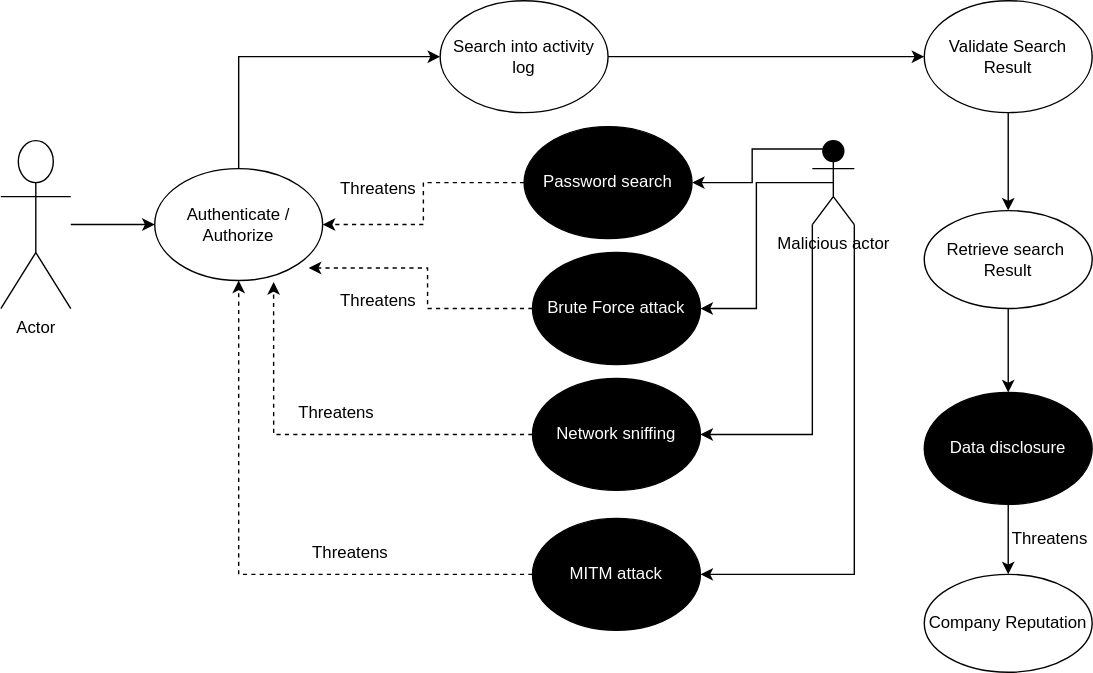
Above: images/use_case_7_remedy.drawio.svg in bartelsjoshuac/SAPG (draw.io), before the change. Source tidied: cells renumbered, new cells last; positions are measured from the earlier drawing's top-left corner, leaving out a move shared by most shapes. Its diagram source:
```xml
<mxGraphModel background="#FFFFFF">
  <root>
    <mxCell id="0" />
    <mxCell id="1" parent="0" />
    <mxCell id="2" style="edgeStyle=orthogonalEdgeStyle;rounded=0;jettySize=auto;html=1;entryX=0;entryY=0.5;entryDx=0;entryDy=0;" parent="1" edge="1" source="3" target="5">
      <mxGeometry relative="1" as="geometry" />
    </mxCell>
    <mxCell id="3" value="Actor" style="shape=umlActor;verticalLabelPosition=bottom;verticalAlign=top;html=1;outlineConnect=0;" parent="1" vertex="1">
      <mxGeometry y="100" width="50" height="120" as="geometry" />
    </mxCell>
    <mxCell id="4" style="edgeStyle=orthogonalEdgeStyle;rounded=0;jettySize=auto;html=1;exitX=0.5;exitY=0;exitDx=0;exitDy=0;entryX=0;entryY=0.5;entryDx=0;entryDy=0;" parent="1" edge="1" source="5" target="7">
      <mxGeometry relative="1" as="geometry" />
    </mxCell>
    <mxCell id="5" value="Authenticate /&lt;br&gt;Authorize" style="ellipse;whiteSpace=wrap;html=1;" parent="1" vertex="1">
      <mxGeometry x="110" y="120" width="120" height="80" as="geometry" />
    </mxCell>
    <mxCell id="6" style="edgeStyle=orthogonalEdgeStyle;rounded=0;jettySize=auto;html=1;exitX=1;exitY=0.5;exitDx=0;exitDy=0;entryX=0;entryY=0.5;entryDx=0;entryDy=0;" parent="1" edge="1" source="7" target="9">
      <mxGeometry relative="1" as="geometry" />
    </mxCell>
    <mxCell id="7" value="Search into activity log" style="ellipse;whiteSpace=wrap;html=1;" parent="1" vertex="1">
      <mxGeometry x="314" width="120" height="80" as="geometry" />
    </mxCell>
    <mxCell id="8" style="edgeStyle=orthogonalEdgeStyle;rounded=0;jettySize=auto;html=1;exitX=0.5;exitY=1;exitDx=0;exitDy=0;entryX=0.5;entryY=0;entryDx=0;entryDy=0;" parent="1" edge="1" source="9" target="11">
      <mxGeometry relative="1" as="geometry" />
    </mxCell>
    <mxCell id="9" value="Validate Search&lt;br&gt;Result" style="ellipse;whiteSpace=wrap;html=1;" parent="1" vertex="1">
      <mxGeometry x="660" width="120" height="80" as="geometry" />
    </mxCell>
    <mxCell id="10" style="edgeStyle=orthogonalEdgeStyle;rounded=0;jettySize=auto;html=1;entryX=0.5;entryY=0;entryDx=0;entryDy=0;" parent="1" edge="1" source="11" target="19">
      <mxGeometry relative="1" as="geometry" />
    </mxCell>
    <mxCell id="11" value="Retrieve search&amp;nbsp;&lt;br&gt;Result" style="ellipse;whiteSpace=wrap;html=1;" parent="1" vertex="1">
      <mxGeometry x="660" y="150" width="120" height="70" as="geometry" />
    </mxCell>
    <mxCell id="12" style="edgeStyle=orthogonalEdgeStyle;rounded=0;jettySize=auto;html=1;dashed=1;" parent="1" edge="1" source="13" target="5">
      <mxGeometry relative="1" as="geometry" />
    </mxCell>
    <mxCell id="13" value="&lt;span style=&quot;background-color: rgb(0, 0, 0);&quot;&gt;&lt;font color=&quot;#ffffff&quot;&gt;Password search&lt;/font&gt;&lt;/span&gt;" style="ellipse;whiteSpace=wrap;html=1;fillColor=#000000;" parent="1" vertex="1">
      <mxGeometry x="374" y="90" width="120" height="80" as="geometry" />
    </mxCell>
    <mxCell id="14" value="&lt;span style=&quot;background-color: rgb(0, 0, 0);&quot;&gt;&lt;font color=&quot;#ffffff&quot;&gt;Brute Force attack&lt;/font&gt;&lt;/span&gt;" style="ellipse;whiteSpace=wrap;html=1;fillColor=#000000;" parent="1" vertex="1">
      <mxGeometry x="380" y="180" width="120" height="80" as="geometry" />
    </mxCell>
    <mxCell id="15" value="&lt;span style=&quot;background-color: rgb(0, 0, 0);&quot;&gt;&lt;font color=&quot;#ffffff&quot;&gt;Network sniffing&lt;/font&gt;&lt;/span&gt;" style="ellipse;whiteSpace=wrap;html=1;fillColor=#000000;" parent="1" vertex="1">
      <mxGeometry x="380" y="270" width="120" height="80" as="geometry" />
    </mxCell>
    <mxCell id="16" style="edgeStyle=orthogonalEdgeStyle;rounded=0;jettySize=auto;html=1;exitX=0;exitY=0.5;exitDx=0;exitDy=0;dashed=1;" parent="1" edge="1" source="17" target="5">
      <mxGeometry relative="1" as="geometry" />
    </mxCell>
    <mxCell id="17" value="&lt;span style=&quot;background-color: rgb(0, 0, 0);&quot;&gt;&lt;font color=&quot;#ffffff&quot;&gt;MITM attack&lt;/font&gt;&lt;/span&gt;" style="ellipse;whiteSpace=wrap;html=1;fillColor=#000000;" parent="1" vertex="1">
      <mxGeometry x="380" y="370" width="120" height="80" as="geometry" />
    </mxCell>
    <mxCell id="18" style="edgeStyle=orthogonalEdgeStyle;rounded=0;jettySize=auto;html=1;exitX=0.5;exitY=1;exitDx=0;exitDy=0;entryX=0.5;entryY=0;entryDx=0;entryDy=0;" parent="1" edge="1" source="19" target="26">
      <mxGeometry relative="1" as="geometry" />
    </mxCell>
    <mxCell id="19" value="&lt;span style=&quot;background-color: rgb(0, 0, 0);&quot;&gt;&lt;font color=&quot;#ffffff&quot;&gt;Data disclosure&lt;/font&gt;&lt;/span&gt;" style="ellipse;whiteSpace=wrap;html=1;fillColor=#000000;" parent="1" vertex="1">
      <mxGeometry x="660" y="280" width="120" height="80" as="geometry" />
    </mxCell>
    <mxCell id="20" style="edgeStyle=orthogonalEdgeStyle;rounded=0;jettySize=auto;html=1;exitX=0;exitY=0.5;exitDx=0;exitDy=0;entryX=0.708;entryY=1.013;entryDx=0;entryDy=0;entryPerimeter=0;dashed=1;" parent="1" edge="1" source="15" target="5">
      <mxGeometry relative="1" as="geometry" />
    </mxCell>
    <mxCell id="21" style="edgeStyle=orthogonalEdgeStyle;rounded=0;jettySize=auto;html=1;exitX=0;exitY=0.5;exitDx=0;exitDy=0;entryX=0.917;entryY=0.888;entryDx=0;entryDy=0;entryPerimeter=0;dashed=1;" parent="1" edge="1" source="14" target="5">
      <mxGeometry relative="1" as="geometry" />
    </mxCell>
    <mxCell id="22" value="Threatens" style="text;html=1;strokeColor=none;fillColor=none;align=center;verticalAlign=middle;whiteSpace=wrap;rounded=0;" parent="1" vertex="1">
      <mxGeometry x="220" y="380" width="60" height="30" as="geometry" />
    </mxCell>
    <mxCell id="23" value="Threatens" style="text;html=1;strokeColor=none;fillColor=none;align=center;verticalAlign=middle;whiteSpace=wrap;rounded=0;" parent="1" vertex="1">
      <mxGeometry x="210" y="280" width="60" height="30" as="geometry" />
    </mxCell>
    <mxCell id="24" value="Threatens" style="text;html=1;strokeColor=none;fillColor=none;align=center;verticalAlign=middle;whiteSpace=wrap;rounded=0;" parent="1" vertex="1">
      <mxGeometry x="240" y="200" width="60" height="30" as="geometry" />
    </mxCell>
    <mxCell id="25" value="Threatens" style="text;html=1;strokeColor=none;fillColor=none;align=center;verticalAlign=middle;whiteSpace=wrap;rounded=0;" parent="1" vertex="1">
      <mxGeometry x="240" y="120" width="60" height="30" as="geometry" />
    </mxCell>
    <mxCell id="26" value="Company Reputation" style="ellipse;whiteSpace=wrap;html=1;" parent="1" vertex="1">
      <mxGeometry x="660" y="410" width="120" height="70" as="geometry" />
    </mxCell>
    <mxCell id="27" value="Threatens" style="text;html=1;strokeColor=none;fillColor=none;align=center;verticalAlign=middle;whiteSpace=wrap;rounded=0;" parent="1" vertex="1">
      <mxGeometry x="720" y="370" width="60" height="30" as="geometry" />
    </mxCell>
    <mxCell id="28" style="edgeStyle=orthogonalEdgeStyle;rounded=0;jettySize=auto;html=1;exitX=0.25;exitY=0.1;exitDx=0;exitDy=0;exitPerimeter=0;entryX=1;entryY=0.5;entryDx=0;entryDy=0;" parent="1" edge="1" source="32" target="13">
      <mxGeometry relative="1" as="geometry" />
    </mxCell>
    <mxCell id="29" style="edgeStyle=orthogonalEdgeStyle;rounded=0;jettySize=auto;html=1;exitX=0;exitY=1;exitDx=0;exitDy=0;exitPerimeter=0;entryX=1;entryY=0.5;entryDx=0;entryDy=0;" parent="1" edge="1" source="32" target="15">
      <mxGeometry relative="1" as="geometry" />
    </mxCell>
    <mxCell id="30" style="edgeStyle=orthogonalEdgeStyle;rounded=0;jettySize=auto;html=1;exitX=1;exitY=1;exitDx=0;exitDy=0;exitPerimeter=0;entryX=1;entryY=0.5;entryDx=0;entryDy=0;" parent="1" edge="1" source="32" target="17">
      <mxGeometry relative="1" as="geometry" />
    </mxCell>
    <mxCell id="31" style="edgeStyle=orthogonalEdgeStyle;rounded=0;jettySize=auto;html=1;exitX=0.5;exitY=0.5;exitDx=0;exitDy=0;exitPerimeter=0;entryX=1;entryY=0.5;entryDx=0;entryDy=0;" parent="1" edge="1" source="32" target="14">
      <mxGeometry relative="1" as="geometry" />
    </mxCell>
    <mxCell id="32" value="Malicious actor" style="shape=umlActor;html=1;verticalLabelPosition=bottom;verticalAlign=top;align=center;fillColor=#000000;" parent="1" vertex="1">
      <mxGeometry x="580" y="100" width="30" height="60" as="geometry" />
    </mxCell>
  </root>
</mxGraphModel>
```
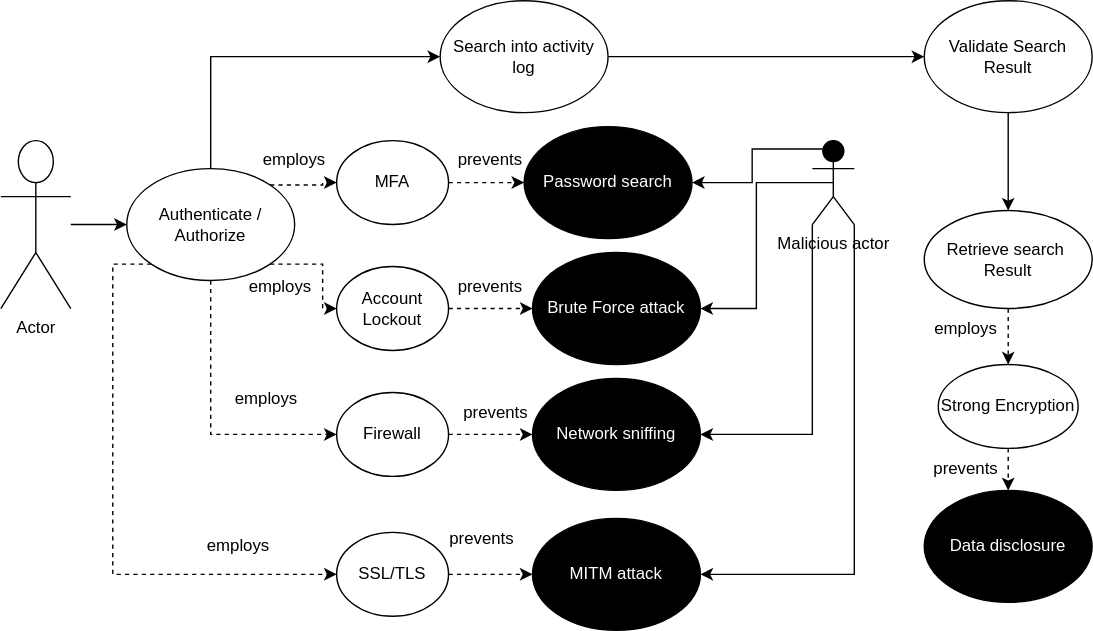
The same file after the commit.

What changed in the source:
```diff
@@ -11,8 +11,25 @@
     <mxCell id="4" style="edgeStyle=orthogonalEdgeStyle;rounded=0;jettySize=auto;html=1;exitX=0.5;exitY=0;exitDx=0;exitDy=0;entryX=0;entryY=0.5;entryDx=0;entryDy=0;" parent="1" edge="1" source="5" target="7">
       <mxGeometry relative="1" as="geometry" />
     </mxCell>
+    <mxCell id="33" style="edgeStyle=orthogonalEdgeStyle;rounded=0;jettySize=auto;html=1;exitX=1;exitY=0;exitDx=0;exitDy=0;entryX=0;entryY=0.5;entryDx=0;entryDy=0;dashed=1;" parent="1" edge="1" source="5" target="39">
+      <mxGeometry relative="1" as="geometry" />
+    </mxCell>
+    <mxCell id="34" style="edgeStyle=orthogonalEdgeStyle;rounded=0;jettySize=auto;html=1;exitX=1;exitY=1;exitDx=0;exitDy=0;entryX=0;entryY=0.5;entryDx=0;entryDy=0;dashed=1;" parent="1" edge="1" source="5" target="41">
+      <mxGeometry relative="1" as="geometry" />
+    </mxCell>
+    <mxCell id="35" style="edgeStyle=orthogonalEdgeStyle;rounded=0;jettySize=auto;html=1;exitX=0.5;exitY=1;exitDx=0;exitDy=0;entryX=0;entryY=0.5;entryDx=0;entryDy=0;dashed=1;" parent="1" edge="1" source="5" target="43">
+      <mxGeometry relative="1" as="geometry" />
+    </mxCell>
+    <mxCell id="36" style="edgeStyle=orthogonalEdgeStyle;rounded=0;jettySize=auto;html=1;exitX=0;exitY=1;exitDx=0;exitDy=0;entryX=0;entryY=0.5;entryDx=0;entryDy=0;dashed=1;" parent="1" edge="1" source="5" target="45">
+      <mxGeometry relative="1" as="geometry">
+        <Array as="points">
+          <mxPoint x="80" y="188" />
+          <mxPoint x="80" y="410" />
+        </Array>
+      </mxGeometry>
+    </mxCell>
     <mxCell id="5" value="Authenticate /&lt;br&gt;Authorize" style="ellipse;whiteSpace=wrap;html=1;" parent="1" vertex="1">
-      <mxGeometry x="110" y="120" width="120" height="80" as="geometry" />
+      <mxGeometry x="90" y="120" width="120" height="80" as="geometry" />
     </mxCell>
     <mxCell id="6" style="edgeStyle=orthogonalEdgeStyle;rounded=0;jettySize=auto;html=1;exitX=1;exitY=0.5;exitDx=0;exitDy=0;entryX=0;entryY=0.5;entryDx=0;entryDy=0;" parent="1" edge="1" source="7" target="9">
       <mxGeometry relative="1" as="geometry" />
@@ -26,15 +43,12 @@
     <mxCell id="9" value="Validate Search&lt;br&gt;Result" style="ellipse;whiteSpace=wrap;html=1;" parent="1" vertex="1">
       <mxGeometry x="660" width="120" height="80" as="geometry" />
     </mxCell>
-    <mxCell id="10" style="edgeStyle=orthogonalEdgeStyle;rounded=0;jettySize=auto;html=1;entryX=0.5;entryY=0;entryDx=0;entryDy=0;" parent="1" edge="1" source="11" target="19">
-      <mxGeometry relative="1" as="geometry" />
-    </mxCell>
+    <mxCell id="37" style="edgeStyle=orthogonalEdgeStyle;rounded=0;jettySize=auto;html=1;exitX=0.5;exitY=1;exitDx=0;exitDy=0;entryX=0.5;entryY=0;entryDx=0;entryDy=0;dashed=1;" parent="1" edge="1" source="11" target="47">
+      <mxGeometry relative="1" as="geometry" />
+    </mxCell>
     <mxCell id="11" value="Retrieve search&amp;nbsp;&lt;br&gt;Result" style="ellipse;whiteSpace=wrap;html=1;" parent="1" vertex="1">
       <mxGeometry x="660" y="150" width="120" height="70" as="geometry" />
     </mxCell>
-    <mxCell id="12" style="edgeStyle=orthogonalEdgeStyle;rounded=0;jettySize=auto;html=1;dashed=1;" parent="1" edge="1" source="13" target="5">
-      <mxGeometry relative="1" as="geometry" />
-    </mxCell>
     <mxCell id="13" value="&lt;span style=&quot;background-color: rgb(0, 0, 0);&quot;&gt;&lt;font color=&quot;#ffffff&quot;&gt;Password search&lt;/font&gt;&lt;/span&gt;" style="ellipse;whiteSpace=wrap;html=1;fillColor=#000000;" parent="1" vertex="1">
       <mxGeometry x="374" y="90" width="120" height="80" as="geometry" />
     </mxCell>
@@ -44,42 +58,12 @@
     <mxCell id="15" value="&lt;span style=&quot;background-color: rgb(0, 0, 0);&quot;&gt;&lt;font color=&quot;#ffffff&quot;&gt;Network sniffing&lt;/font&gt;&lt;/span&gt;" style="ellipse;whiteSpace=wrap;html=1;fillColor=#000000;" parent="1" vertex="1">
       <mxGeometry x="380" y="270" width="120" height="80" as="geometry" />
     </mxCell>
-    <mxCell id="16" style="edgeStyle=orthogonalEdgeStyle;rounded=0;jettySize=auto;html=1;exitX=0;exitY=0.5;exitDx=0;exitDy=0;dashed=1;" parent="1" edge="1" source="17" target="5">
-      <mxGeometry relative="1" as="geometry" />
-    </mxCell>
     <mxCell id="17" value="&lt;span style=&quot;background-color: rgb(0, 0, 0);&quot;&gt;&lt;font color=&quot;#ffffff&quot;&gt;MITM attack&lt;/font&gt;&lt;/span&gt;" style="ellipse;whiteSpace=wrap;html=1;fillColor=#000000;" parent="1" vertex="1">
       <mxGeometry x="380" y="370" width="120" height="80" as="geometry" />
     </mxCell>
-    <mxCell id="18" style="edgeStyle=orthogonalEdgeStyle;rounded=0;jettySize=auto;html=1;exitX=0.5;exitY=1;exitDx=0;exitDy=0;entryX=0.5;entryY=0;entryDx=0;entryDy=0;" parent="1" edge="1" source="19" target="26">
-      <mxGeometry relative="1" as="geometry" />
-    </mxCell>
     <mxCell id="19" value="&lt;span style=&quot;background-color: rgb(0, 0, 0);&quot;&gt;&lt;font color=&quot;#ffffff&quot;&gt;Data disclosure&lt;/font&gt;&lt;/span&gt;" style="ellipse;whiteSpace=wrap;html=1;fillColor=#000000;" parent="1" vertex="1">
-      <mxGeometry x="660" y="280" width="120" height="80" as="geometry" />
+      <mxGeometry x="660" y="350" width="120" height="80" as="geometry" />
     </mxCell>
-    <mxCell id="20" style="edgeStyle=orthogonalEdgeStyle;rounded=0;jettySize=auto;html=1;exitX=0;exitY=0.5;exitDx=0;exitDy=0;entryX=0.708;entryY=1.013;entryDx=0;entryDy=0;entryPerimeter=0;dashed=1;" parent="1" edge="1" source="15" target="5">
-      <mxGeometry relative="1" as="geometry" />
-    </mxCell>
-    <mxCell id="21" style="edgeStyle=orthogonalEdgeStyle;rounded=0;jettySize=auto;html=1;exitX=0;exitY=0.5;exitDx=0;exitDy=0;entryX=0.917;entryY=0.888;entryDx=0;entryDy=0;entryPerimeter=0;dashed=1;" parent="1" edge="1" source="14" target="5">
-      <mxGeometry relative="1" as="geometry" />
-    </mxCell>
-    <mxCell id="22" value="Threatens" style="text;html=1;strokeColor=none;fillColor=none;align=center;verticalAlign=middle;whiteSpace=wrap;rounded=0;" parent="1" vertex="1">
-      <mxGeometry x="220" y="380" width="60" height="30" as="geometry" />
-    </mxCell>
-    <mxCell id="23" value="Threatens" style="text;html=1;strokeColor=none;fillColor=none;align=center;verticalAlign=middle;whiteSpace=wrap;rounded=0;" parent="1" vertex="1">
-      <mxGeometry x="210" y="280" width="60" height="30" as="geometry" />
-    </mxCell>
-    <mxCell id="24" value="Threatens" style="text;html=1;strokeColor=none;fillColor=none;align=center;verticalAlign=middle;whiteSpace=wrap;rounded=0;" parent="1" vertex="1">
-      <mxGeometry x="240" y="200" width="60" height="30" as="geometry" />
-    </mxCell>
-    <mxCell id="25" value="Threatens" style="text;html=1;strokeColor=none;fillColor=none;align=center;verticalAlign=middle;whiteSpace=wrap;rounded=0;" parent="1" vertex="1">
-      <mxGeometry x="240" y="120" width="60" height="30" as="geometry" />
-    </mxCell>
-    <mxCell id="26" value="Company Reputation" style="ellipse;whiteSpace=wrap;html=1;" parent="1" vertex="1">
-      <mxGeometry x="660" y="410" width="120" height="70" as="geometry" />
-    </mxCell>
-    <mxCell id="27" value="Threatens" style="text;html=1;strokeColor=none;fillColor=none;align=center;verticalAlign=middle;whiteSpace=wrap;rounded=0;" parent="1" vertex="1">
-      <mxGeometry x="720" y="370" width="60" height="30" as="geometry" />
-    </mxCell>
     <mxCell id="28" style="edgeStyle=orthogonalEdgeStyle;rounded=0;jettySize=auto;html=1;exitX=0.25;exitY=0.1;exitDx=0;exitDy=0;exitPerimeter=0;entryX=1;entryY=0.5;entryDx=0;entryDy=0;" parent="1" edge="1" source="32" target="13">
       <mxGeometry relative="1" as="geometry" />
     </mxCell>
@@ -95,5 +79,65 @@
     <mxCell id="32" value="Malicious actor" style="shape=umlActor;html=1;verticalLabelPosition=bottom;verticalAlign=top;align=center;fillColor=#000000;" parent="1" vertex="1">
       <mxGeometry x="580" y="100" width="30" height="60" as="geometry" />
     </mxCell>
+    <mxCell id="38" style="edgeStyle=orthogonalEdgeStyle;rounded=0;jettySize=auto;html=1;exitX=1;exitY=0.5;exitDx=0;exitDy=0;entryX=0;entryY=0.5;entryDx=0;entryDy=0;dashed=1;" parent="1" edge="1" source="39" target="13">
+      <mxGeometry relative="1" as="geometry" />
+    </mxCell>
+    <mxCell id="39" value="MFA" style="ellipse;whiteSpace=wrap;html=1;" parent="1" vertex="1">
+      <mxGeometry x="240" y="100" width="80" height="60" as="geometry" />
+    </mxCell>
+    <mxCell id="40" style="edgeStyle=orthogonalEdgeStyle;rounded=0;jettySize=auto;html=1;exitX=1;exitY=0.5;exitDx=0;exitDy=0;entryX=0;entryY=0.5;entryDx=0;entryDy=0;dashed=1;" parent="1" edge="1" source="41" target="14">
+      <mxGeometry relative="1" as="geometry" />
+    </mxCell>
+    <mxCell id="41" value="Account&lt;br&gt;Lockout" style="ellipse;whiteSpace=wrap;html=1;" parent="1" vertex="1">
+      <mxGeometry x="240" y="190" width="80" height="60" as="geometry" />
+    </mxCell>
+    <mxCell id="42" style="edgeStyle=orthogonalEdgeStyle;rounded=0;jettySize=auto;html=1;exitX=1;exitY=0.5;exitDx=0;exitDy=0;entryX=0;entryY=0.5;entryDx=0;entryDy=0;dashed=1;" parent="1" edge="1" source="43" target="15">
+      <mxGeometry relative="1" as="geometry" />
+    </mxCell>
+    <mxCell id="43" value="Firewall" style="ellipse;whiteSpace=wrap;html=1;" parent="1" vertex="1">
+      <mxGeometry x="240" y="280" width="80" height="60" as="geometry" />
+    </mxCell>
+    <mxCell id="44" style="edgeStyle=orthogonalEdgeStyle;rounded=0;jettySize=auto;html=1;exitX=1;exitY=0.5;exitDx=0;exitDy=0;entryX=0;entryY=0.5;entryDx=0;entryDy=0;dashed=1;" parent="1" edge="1" source="45" target="17">
+      <mxGeometry relative="1" as="geometry" />
+    </mxCell>
+    <mxCell id="45" value="SSL/TLS" style="ellipse;whiteSpace=wrap;html=1;" parent="1" vertex="1">
+      <mxGeometry x="240" y="380" width="80" height="60" as="geometry" />
+    </mxCell>
+    <mxCell id="46" style="edgeStyle=orthogonalEdgeStyle;rounded=0;jettySize=auto;html=1;exitX=0.5;exitY=1;exitDx=0;exitDy=0;entryX=0.5;entryY=0;entryDx=0;entryDy=0;dashed=1;" parent="1" edge="1" source="47" target="19">
+      <mxGeometry relative="1" as="geometry" />
+    </mxCell>
+    <mxCell id="47" value="Strong Encryption" style="ellipse;whiteSpace=wrap;html=1;" parent="1" vertex="1">
+      <mxGeometry x="670" y="260" width="100" height="60" as="geometry" />
+    </mxCell>
+    <mxCell id="48" value="employs" style="text;html=1;strokeColor=none;fillColor=none;align=center;verticalAlign=middle;whiteSpace=wrap;rounded=0;" parent="1" vertex="1">
+      <mxGeometry x="140" y="375" width="60" height="30" as="geometry" />
+    </mxCell>
+    <mxCell id="49" value="employs" style="text;html=1;strokeColor=none;fillColor=none;align=center;verticalAlign=middle;whiteSpace=wrap;rounded=0;" parent="1" vertex="1">
+      <mxGeometry x="160" y="270" width="60" height="30" as="geometry" />
+    </mxCell>
+    <mxCell id="50" value="employs" style="text;html=1;strokeColor=none;fillColor=none;align=center;verticalAlign=middle;whiteSpace=wrap;rounded=0;" parent="1" vertex="1">
+      <mxGeometry x="170" y="190" width="60" height="30" as="geometry" />
+    </mxCell>
+    <mxCell id="51" value="employs" style="text;html=1;strokeColor=none;fillColor=none;align=center;verticalAlign=middle;whiteSpace=wrap;rounded=0;" parent="1" vertex="1">
+      <mxGeometry x="180" y="99" width="60" height="30" as="geometry" />
+    </mxCell>
+    <mxCell id="52" value="prevents" style="text;html=1;strokeColor=none;fillColor=none;align=center;verticalAlign=middle;whiteSpace=wrap;rounded=0;" parent="1" vertex="1">
+      <mxGeometry x="314" y="370" width="60" height="30" as="geometry" />
+    </mxCell>
+    <mxCell id="53" value="prevents" style="text;html=1;strokeColor=none;fillColor=none;align=center;verticalAlign=middle;whiteSpace=wrap;rounded=0;" parent="1" vertex="1">
+      <mxGeometry x="324" y="280" width="60" height="30" as="geometry" />
+    </mxCell>
+    <mxCell id="54" value="prevents" style="text;html=1;strokeColor=none;fillColor=none;align=center;verticalAlign=middle;whiteSpace=wrap;rounded=0;" parent="1" vertex="1">
+      <mxGeometry x="320" y="190" width="60" height="30" as="geometry" />
+    </mxCell>
+    <mxCell id="55" value="prevents" style="text;html=1;strokeColor=none;fillColor=none;align=center;verticalAlign=middle;whiteSpace=wrap;rounded=0;" parent="1" vertex="1">
+      <mxGeometry x="320" y="99" width="60" height="30" as="geometry" />
+    </mxCell>
+    <mxCell id="56" value="employs" style="text;html=1;strokeColor=none;fillColor=none;align=center;verticalAlign=middle;whiteSpace=wrap;rounded=0;" parent="1" vertex="1">
+      <mxGeometry x="660" y="220" width="60" height="30" as="geometry" />
+    </mxCell>
+    <mxCell id="57" value="prevents" style="text;html=1;strokeColor=none;fillColor=none;align=center;verticalAlign=middle;whiteSpace=wrap;rounded=0;" parent="1" vertex="1">
+      <mxGeometry x="660" y="320" width="60" height="30" as="geometry" />
+    </mxCell>
   </root>
 </mxGraphModel>
```
